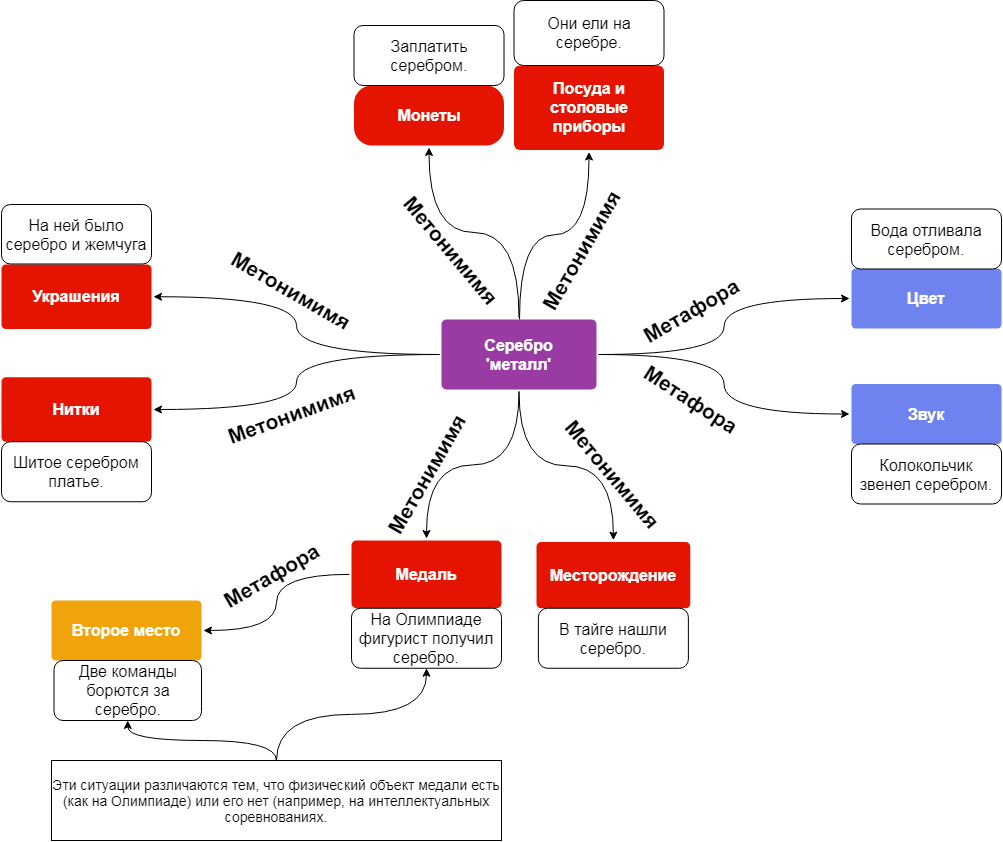
This is silver.png from JanaKoko/try, a draw.io export, as it was before one commit. Source tidied: cells renumbered, new cells last; positions are measured from the earlier drawing's top-left corner, leaving out a move shared by most shapes.
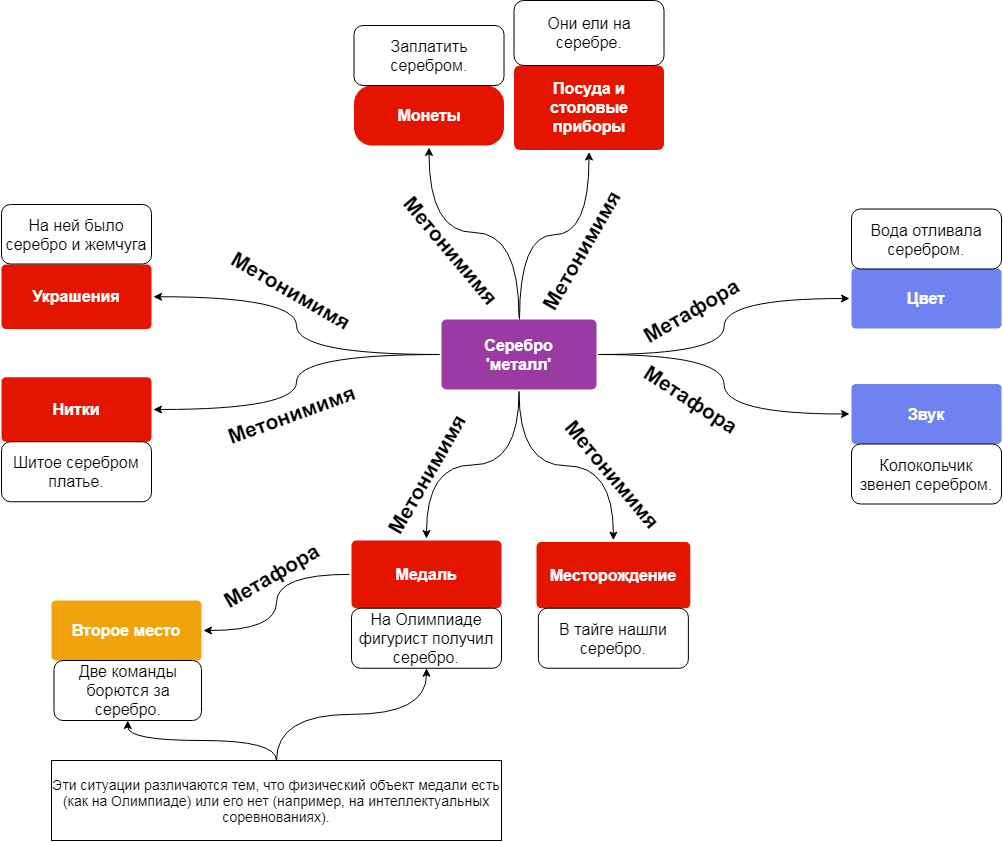
The same diagram one commit later.

The edit, as a diff of the source:
```diff
@@ -124,7 +124,7 @@
     <mxCell id="41" style="edgeStyle=orthogonalEdgeStyle;curved=1;rounded=0;jettySize=auto;html=1;entryX=0.5;entryY=1;entryDx=0;entryDy=0;" parent="1" edge="1" source="42" target="25">
       <mxGeometry relative="1" as="geometry" />
     </mxCell>
-    <mxCell id="42" value="Эти ситуации различаются тем, что физический объект медали есть (как на Олимпиаде) или его нет (например, на интеллектуальных соревнованиях." style="rounded=0;whiteSpace=wrap;html=1;fontSize=14;" parent="1" vertex="1">
+    <mxCell id="42" value="Эти ситуации различаются тем, что физический объект медали есть (как на Олимпиаде) или его нет (например, на интеллектуальных соревнованиях)." style="rounded=0;whiteSpace=wrap;html=1;fontSize=14;" parent="1" vertex="1">
       <mxGeometry x="50" y="760" width="450" height="80" as="geometry" />
     </mxCell>
   </root>
```
